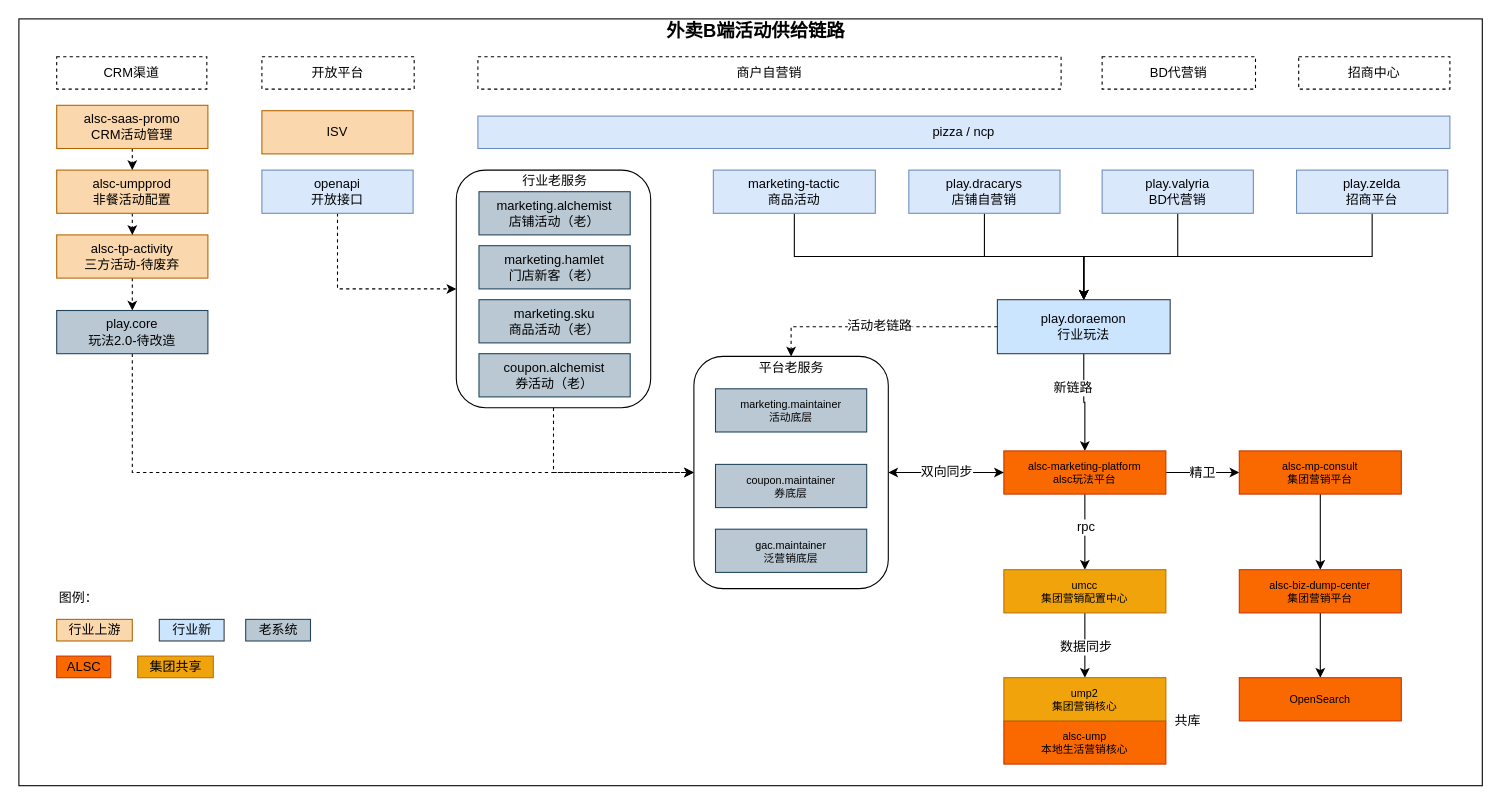
Earlier version of the draw.io diagram page "B端活动供给链路" (1 of 4) of 营销业务梳理.drawio (jon-kong/draw.io). Source tidied: cells renumbered, new cells numbered last; positions are measured from the earlier drawing's top-left corner, leaving out a move shared by most shapes. Both pictures are drawn from the tidied source at 108%, with x=0, y=0 at pixel (18, 18).
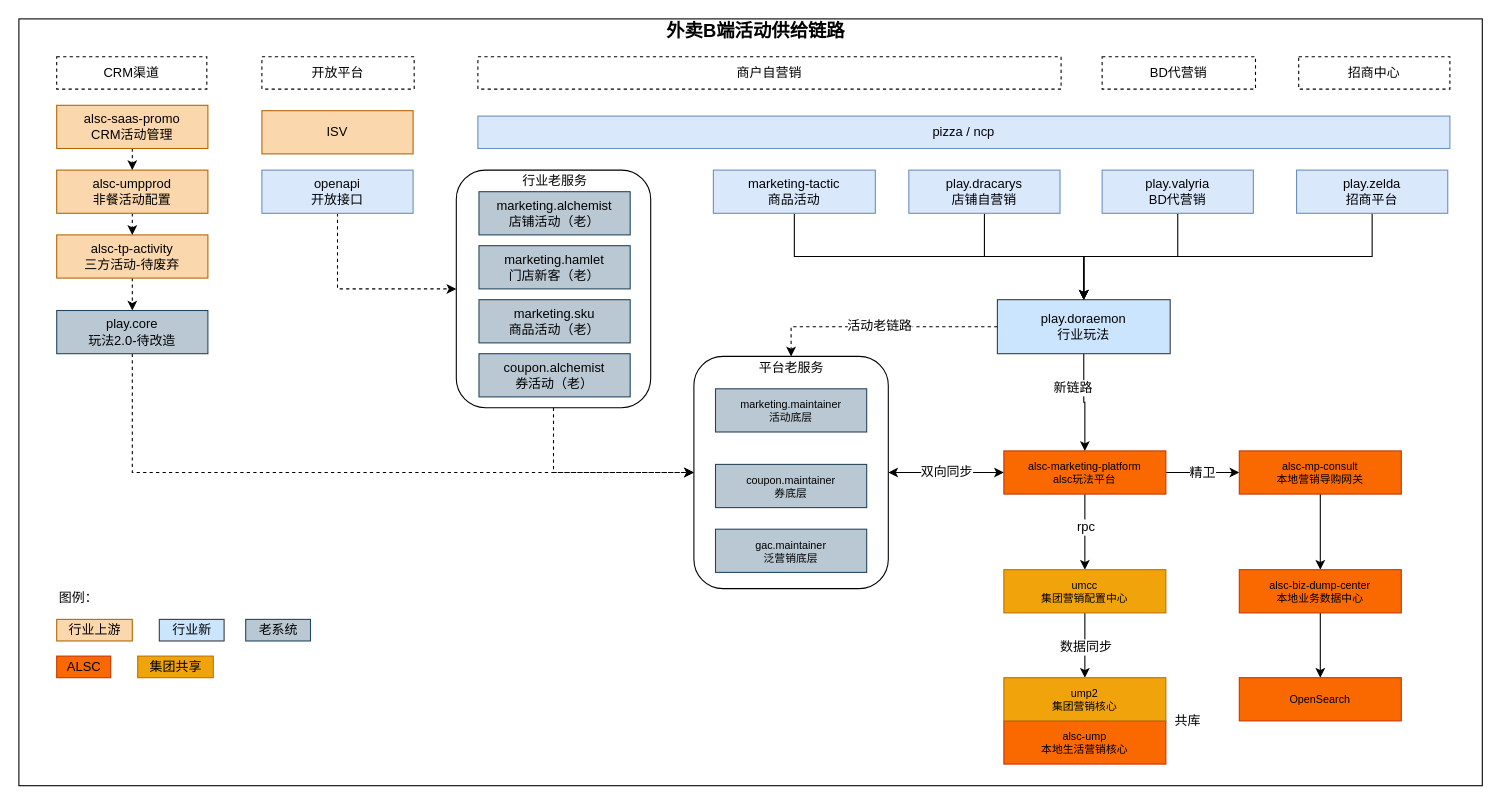
After the change.

Commit message:
Update 营销业务梳理.drawio

What changed in the source:
```diff
@@
-    <mxCell id="23" value="alsc-mp-consult&lt;br&gt;集团营销平台" style="rounded=0;fontSize=10;labelBackgroundColor=none;html=1;whiteSpace=wrap;fillColor=#fa6800;fontColor=#000000;strokeColor=#C73500;" parent="1" vertex="1">
+    <mxCell id="23" value="alsc-mp-consult&lt;br&gt;本地营销导购网关" style="rounded=0;fontSize=10;labelBackgroundColor=none;html=1;whiteSpace=wrap;fillColor=#fa6800;fontColor=#000000;strokeColor=#C73500;" parent="1" vertex="1">
       <mxGeometry x="1130" y="400" width="150" height="40" as="geometry" />
     </mxCell>
@@
-    <mxCell id="25" value="alsc-biz-dump-center&lt;br&gt;集团营销平台" style="rounded=0;fontSize=10;labelBackgroundColor=none;html=1;whiteSpace=wrap;fillColor=#fa6800;fontColor=#000000;strokeColor=#C73500;" parent="1" vertex="1">
+    <mxCell id="25" value="alsc-biz-dump-center&lt;br&gt;本地业务数据中心" style="rounded=0;fontSize=10;labelBackgroundColor=none;html=1;whiteSpace=wrap;fillColor=#fa6800;fontColor=#000000;strokeColor=#C73500;" parent="1" vertex="1">
       <mxGeometry x="1130" y="510" width="150" height="40" as="geometry" />
     </mxCell>
```
